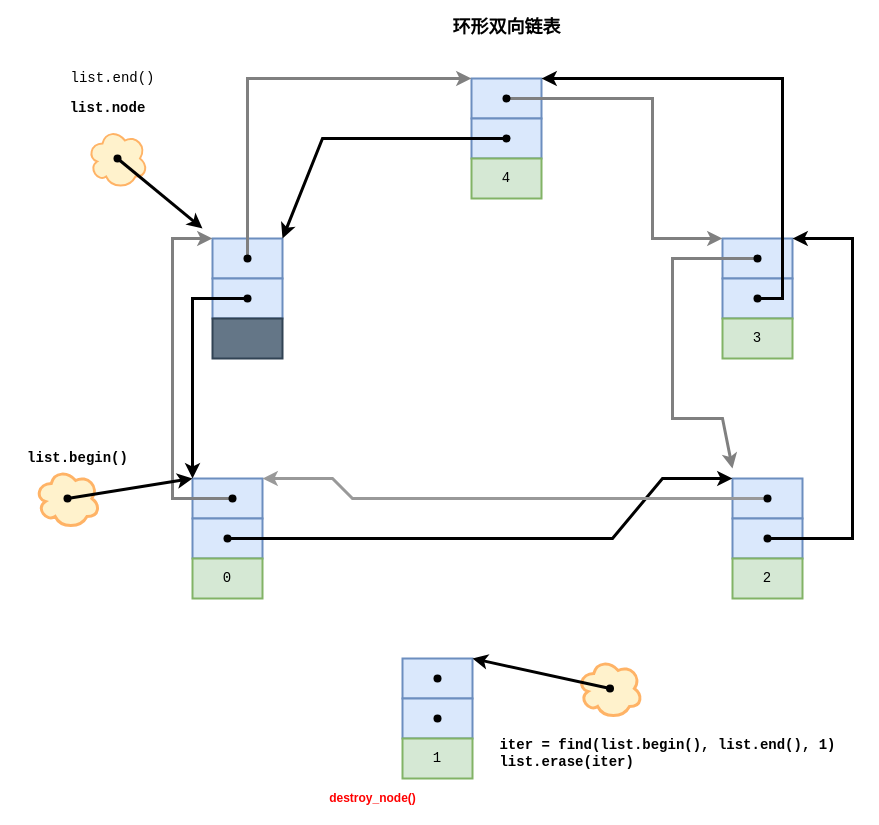
The draw.io diagram public/img/STL/list-erase.drawio in JoyChenNo1/JoyChenNo1.github.io, before the edit. Source tidied: cells renumbered, new cells numbered last; positions are measured from the earlier drawing's top-left corner, leaving out a move shared by most shapes. Both pictures are drawn from the tidied source at 100%, with x=0, y=0 at pixel (17, 18).
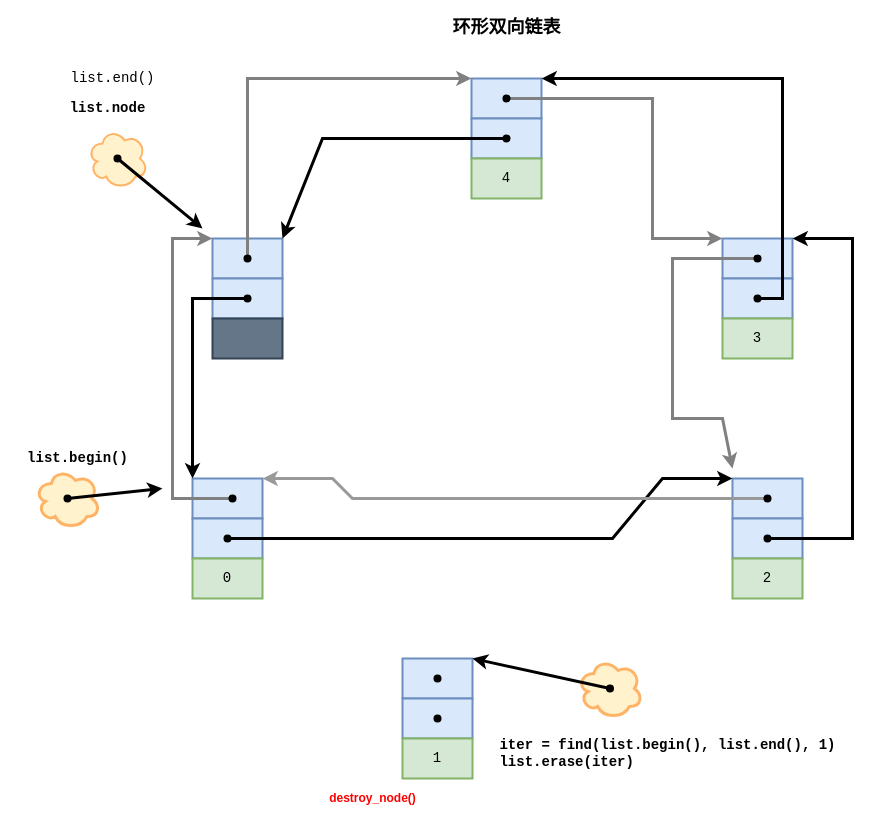
The same diagram, later.

Unchanged cells that the change refers to:
```xml
<mxCell id="3" style="rounded=0;whiteSpace=wrap;html=1;strokeWidth=2;fillColor=#dae8fc;strokeColor=#6c8ebf;" parent="1" vertex="1">
  <mxGeometry x="175" y="460" width="70" height="40" as="geometry" />
</mxCell>
<mxCell id="51" style="shape=waypoint;sketch=0;fillStyle=solid;size=6;points=[];fillColor=none;perimeter=centerPerimeter;snapToPoint=1;strokeWidth=2;" parent="1" vertex="1">
  <mxGeometry x="30" y="460" width="40" height="40" as="geometry" />
</mxCell>
```

The edit, as a diff of the source:
```diff
@@
-    <mxCell id="50" style="edgeStyle=none;rounded=0;jettySize=auto;html=1;entryX=0;entryY=0;entryDx=0;entryDy=0;strokeColor=#000000;strokeWidth=3;" parent="1" edge="1" source="51" target="3">
-      <mxGeometry relative="1" as="geometry" />
+    <mxCell id="50" style="edgeStyle=none;rounded=0;jettySize=auto;html=1;strokeColor=#000000;strokeWidth=3;" parent="1" edge="1" source="51">
+      <mxGeometry relative="1" as="geometry">
+        <mxPoint x="145" y="470" as="targetPoint" />
+      </mxGeometry>
     </mxCell>
```
